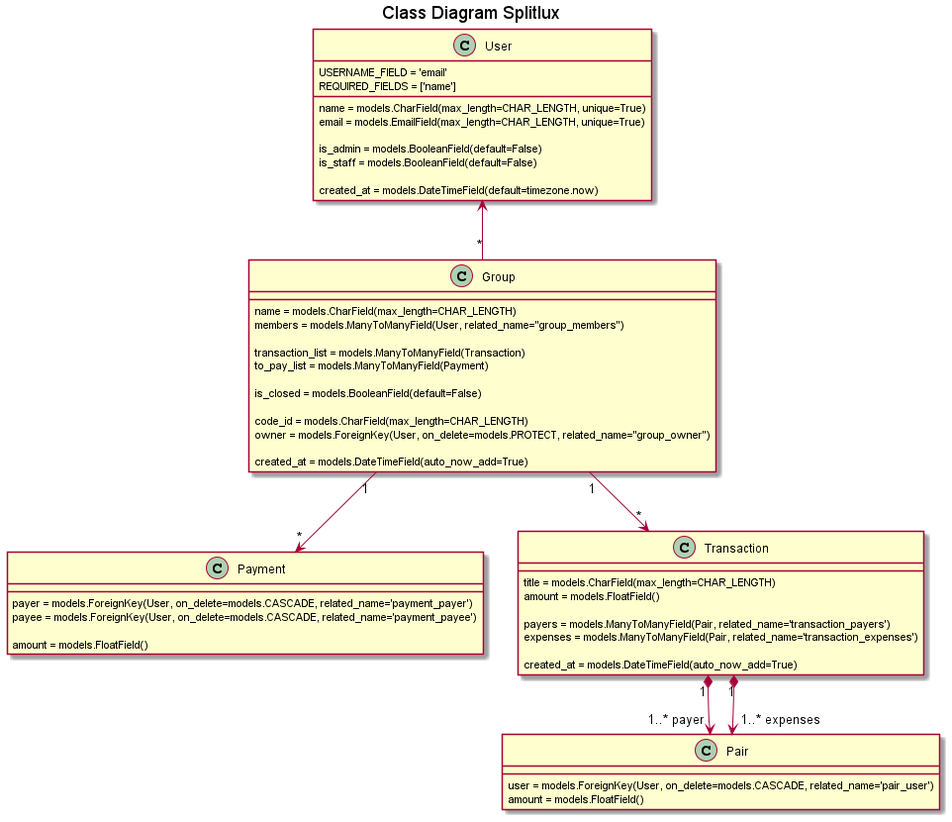
Earlier version of the PlantUML export docs/images/models.png (marcuspeh/Splitlux).
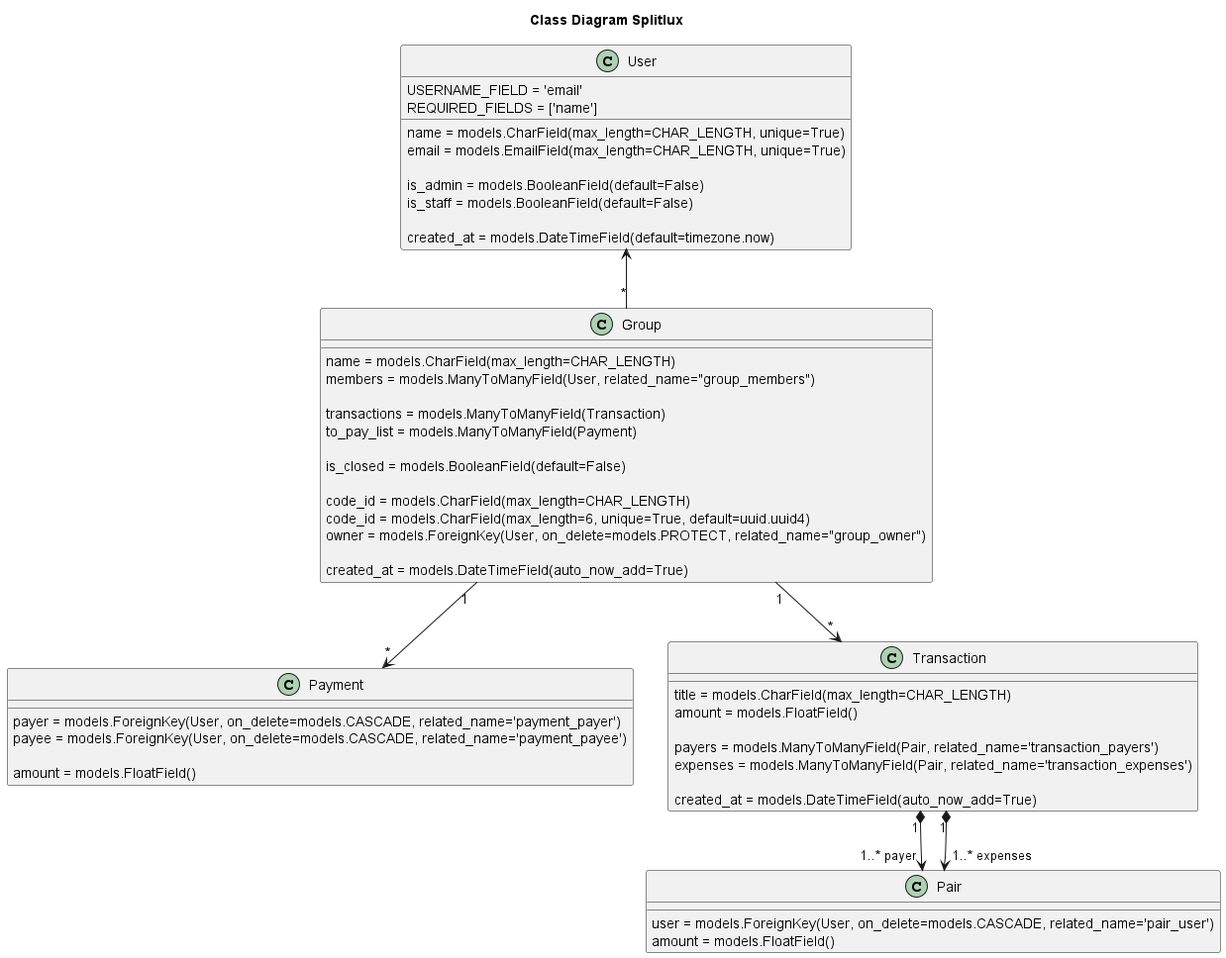
The same diagram one commit later.

The edit, as a diff of the source:
```diff
@@ -17,12 +17,13 @@
     name = models.CharField(max_length=CHAR_LENGTH)
     members = models.ManyToManyField(User, related_name="group_members")
 
-    transaction_list = models.ManyToManyField(Transaction)
+    transactions = models.ManyToManyField(Transaction)
     to_pay_list = models.ManyToManyField(Payment)
 
     is_closed = models.BooleanField(default=False)
 
     code_id = models.CharField(max_length=CHAR_LENGTH)
+    code_id = models.CharField(max_length=6, unique=True, default=uuid.uuid4)
     owner = models.ForeignKey(User, on_delete=models.PROTECT, related_name="group_owner")
 
     created_at = models.DateTimeField(auto_now_add=True)
```
